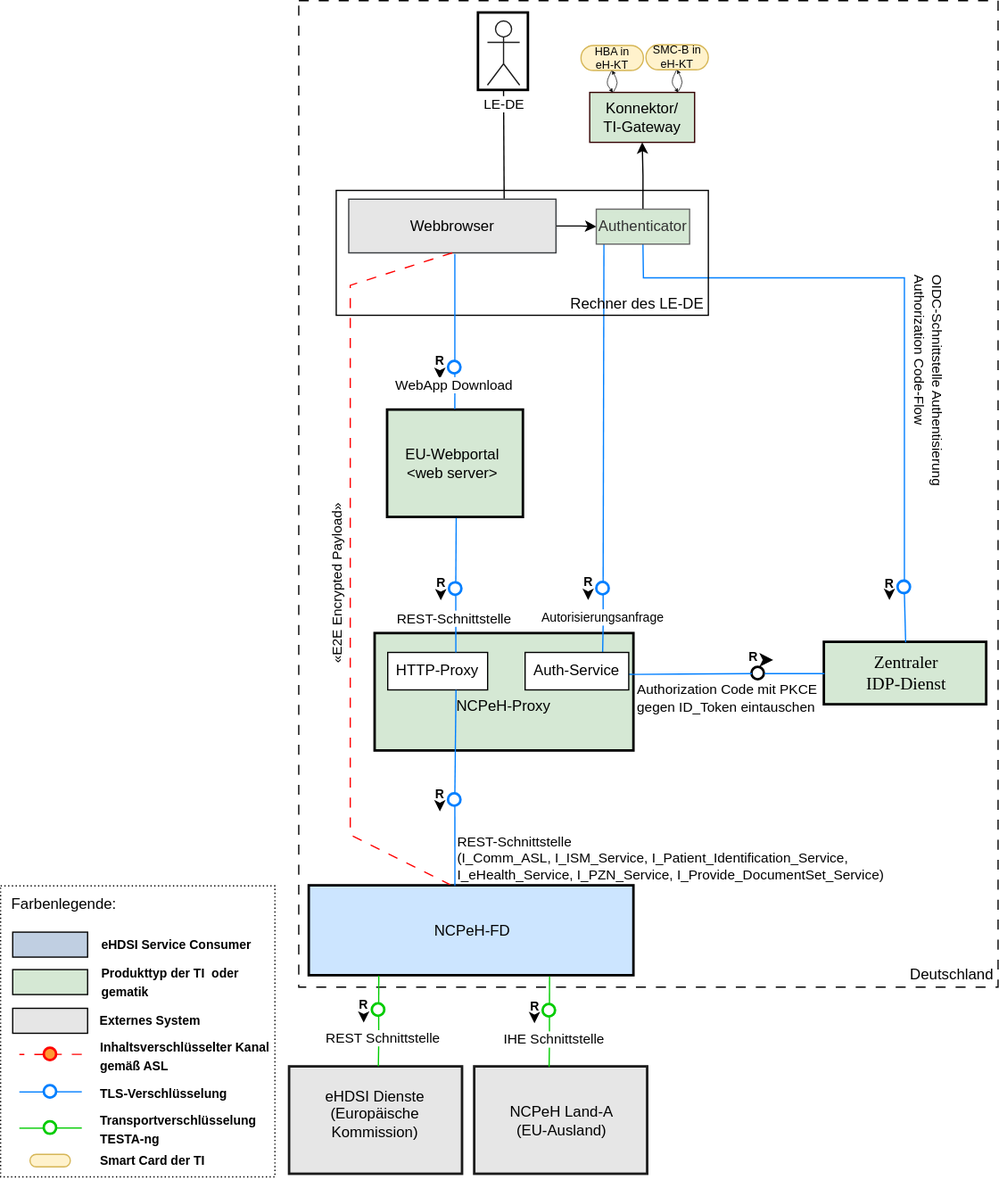
This is images/eped-b/overview/Systemlandschaft ePeD-B.svg from gematik/api-ncpeh, a draw.io export, as it was before one commit. Source tidied: cells renumbered, new cells last; positions are measured from the earlier drawing's top-left corner, leaving out a move shared by most shapes.
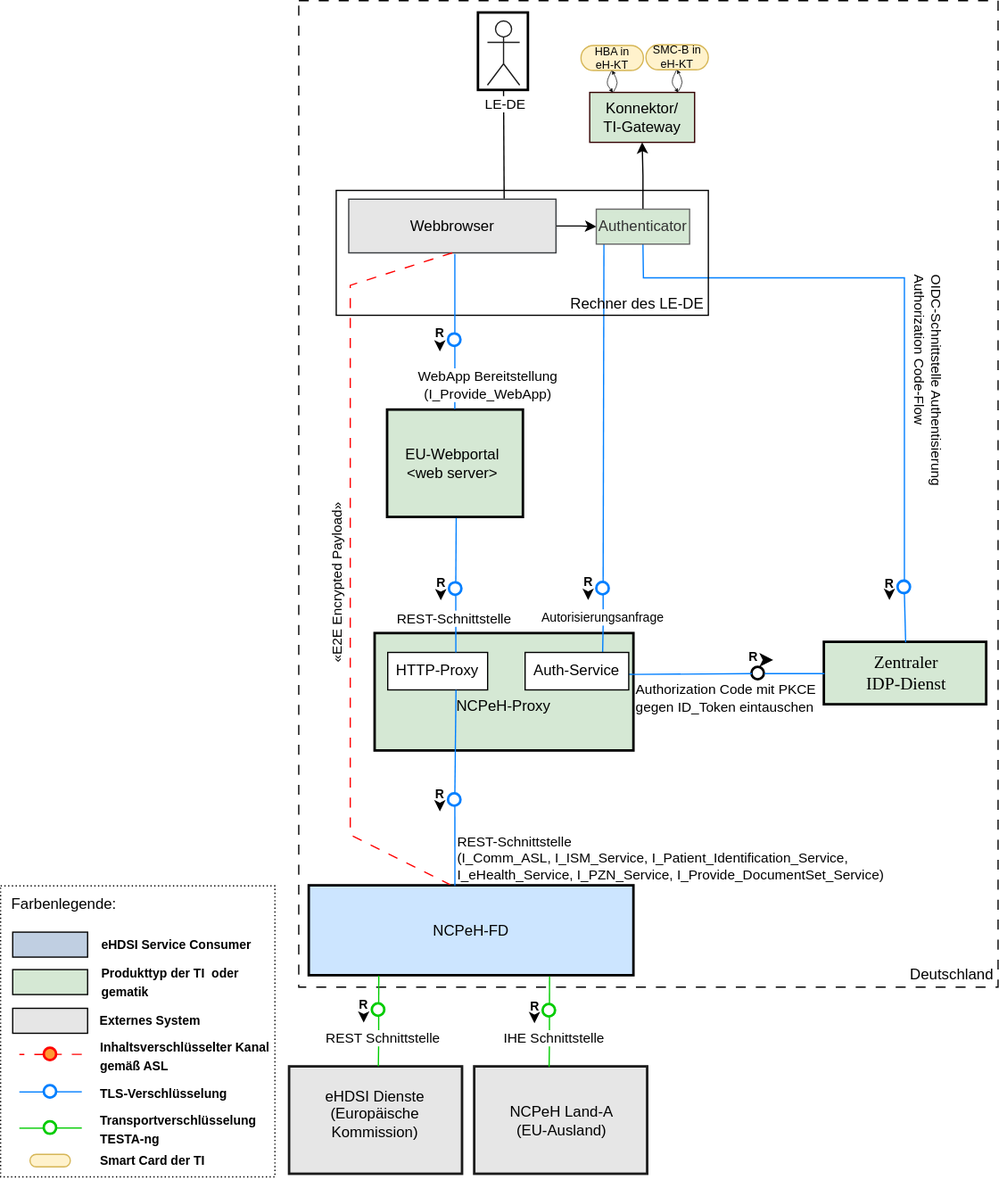
The same file after the commit.

Change to the diagram source:
```diff
@@ -426,7 +426,7 @@
       <mxGeometry x="454.8" y="228" width="110" height="30" as="geometry" />
     </mxCell>
     <mxCell id="110" style="group;" parent="1" vertex="1">
-      <mxGeometry x="332.8" y="279" width="40" height="20" as="geometry" />
+      <mxGeometry x="332.8" y="257" width="40" height="20" as="geometry" />
     </mxCell>
     <mxCell id="111" style="group;" parent="110" vertex="1">
       <mxGeometry width="40" height="20" as="geometry" />
@@ -452,8 +452,10 @@
     <mxCell id="117" style="endArrow=none;html=1;rounded=0;exitX=0.5;exitY=1;exitDx=0;exitDy=0;endFill=0;strokeColor=#007FFF;entryX=0.494;entryY=-0.01;entryDx=0;entryDy=0;entryPerimeter=0;" parent="1" edge="1" source="115" target="31">
       <mxGeometry relative="1" as="geometry" />
     </mxCell>
-    <mxCell id="118" value="WebApp Download" style="edgeLabel;html=1;align=center;verticalAlign=middle;" parent="117" vertex="1">
-      <mxGeometry x="-0.33" y="-1" relative="1" as="geometry" />
+    <mxCell id="118" value="WebApp Bereitstellung&lt;br&gt;(I_Provide_WebApp)" style="edgeLabel;html=1;align=center;verticalAlign=middle;" parent="117" vertex="1">
+      <mxGeometry x="-0.33" y="-1" relative="1" as="geometry">
+        <mxPoint x="27" y="14" as="offset" />
+      </mxGeometry>
     </mxCell>
     <mxCell id="119" style="group;" parent="1" vertex="1">
       <mxGeometry x="334.5" y="456.3" width="40" height="20" as="geometry" />
```
